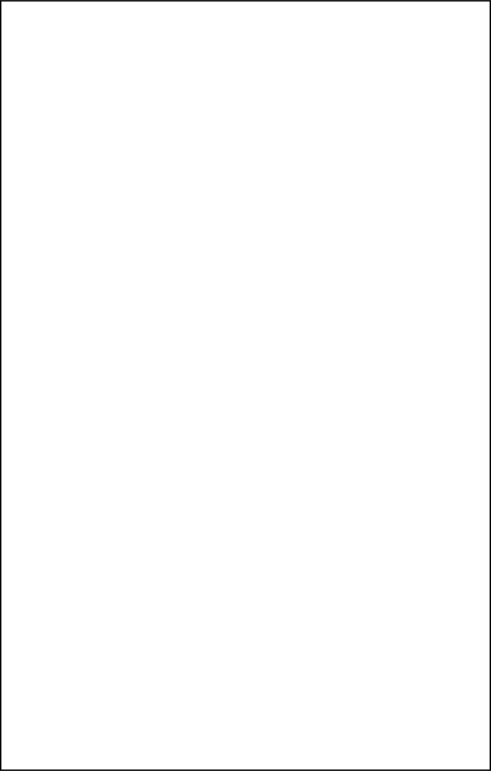
Earlier version of the draw.io export ProjectFiles_Documents/CalorieCounter.drawio.svg (JakobK25/CalorieCounter). Source tidied: cells renumbered, new cells last; positions are measured from the earlier drawing's top-left corner, leaving out a move shared by most shapes.
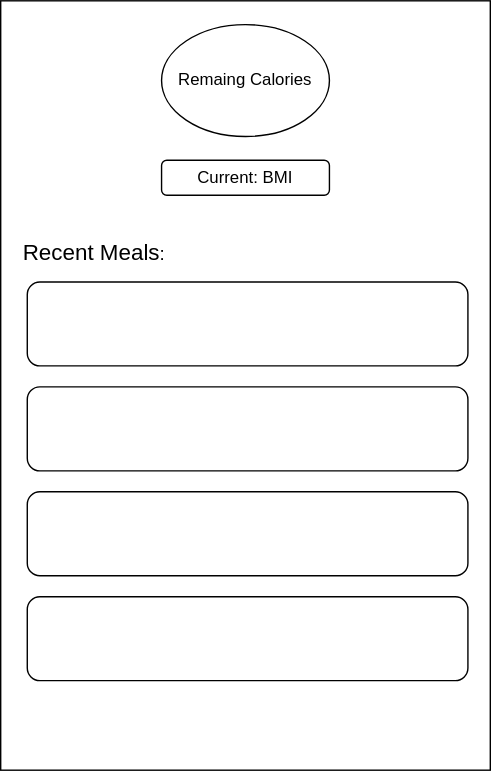
After the commit.

What changed in the source:
```diff
@@ -5,5 +5,26 @@
     <mxCell id="2" style="rounded=0;whiteSpace=wrap;html=1;" parent="1" vertex="1">
       <mxGeometry width="350" height="550" as="geometry" />
     </mxCell>
+    <mxCell id="3" value="Remaing Calories" style="ellipse;whiteSpace=wrap;html=1;" parent="1" vertex="1">
+      <mxGeometry x="115" y="17" width="120" height="80" as="geometry" />
+    </mxCell>
+    <mxCell id="4" value="Current: BMI" style="rounded=1;whiteSpace=wrap;html=1;" parent="1" vertex="1">
+      <mxGeometry x="115" y="114" width="120" height="25" as="geometry" />
+    </mxCell>
+    <mxCell id="5" value="Recent Meals&lt;span style=&quot;font-size: 13.3333px;&quot;&gt;:&lt;/span&gt;" style="text;html=1;align=center;verticalAlign=middle;whiteSpace=wrap;rounded=0;fontSize=16;" parent="1" vertex="1">
+      <mxGeometry x="10" y="165" width="114" height="30" as="geometry" />
+    </mxCell>
+    <mxCell id="6" style="rounded=1;whiteSpace=wrap;html=1;" parent="1" vertex="1">
+      <mxGeometry x="19" y="201" width="315" height="60" as="geometry" />
+    </mxCell>
+    <mxCell id="7" style="rounded=1;whiteSpace=wrap;html=1;" parent="1" vertex="1">
+      <mxGeometry x="19" y="276" width="315" height="60" as="geometry" />
+    </mxCell>
+    <mxCell id="8" style="rounded=1;whiteSpace=wrap;html=1;" parent="1" vertex="1">
+      <mxGeometry x="19" y="351" width="315" height="60" as="geometry" />
+    </mxCell>
+    <mxCell id="9" style="rounded=1;whiteSpace=wrap;html=1;" parent="1" vertex="1">
+      <mxGeometry x="19" y="426" width="315" height="60" as="geometry" />
+    </mxCell>
   </root>
 </mxGraphModel>
```
